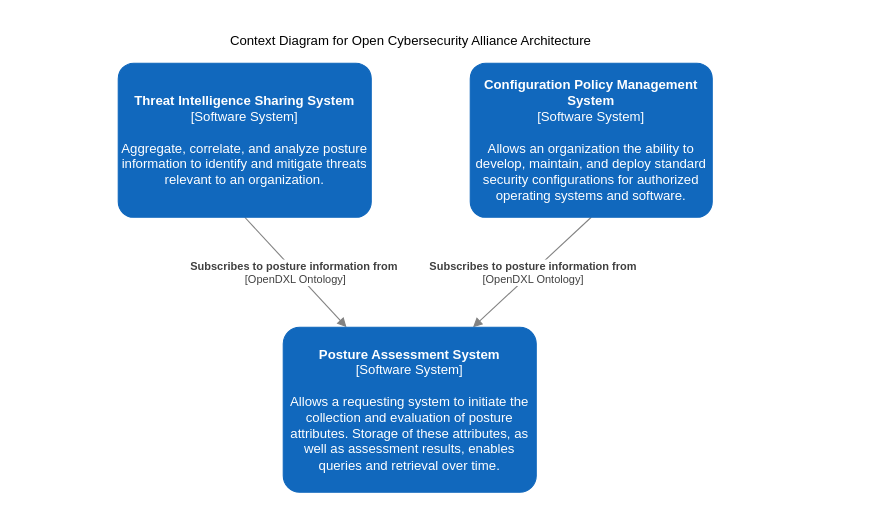
Earlier version of the draw.io diagram Architecture Documents/scap-context.drawio (opencybersecurityalliance/documentation). Source tidied: cells renumbered, new cells numbered last; positions are measured from the earlier drawing's top-left corner, leaving out a move shared by most shapes. Both pictures are drawn from the tidied source at 110%, with x=0, y=0 at pixel (118, 19).
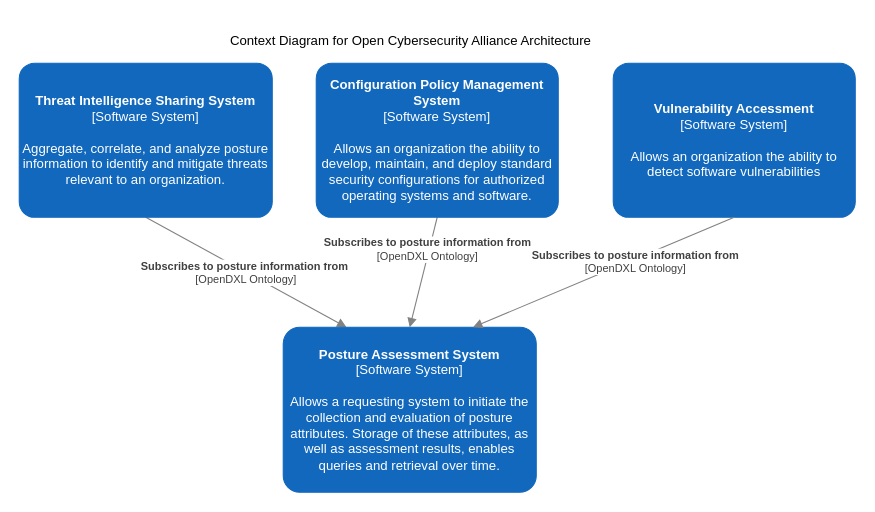
Above is the later version.

Diff of the diagram source:
```diff
@@
 <mxGraphModel>
   <root>
     <mxCell id="0" />
     <mxCell id="1" parent="0" />
     <mxCell id="2" value="&lt;span style=&quot;font-size: 10px&quot;&gt;&lt;b&gt;Subscribes to posture information from&amp;nbsp;&lt;br&gt;&lt;/b&gt;[OpenDXL Ontology]&lt;br&gt;&lt;/span&gt;" style="endArrow=block;html=1;fontSize=10;fontColor=#404040;strokeWidth=1;endFill=1;strokeColor=#828282;elbow=vertical;exitX=0.5;exitY=1;exitDx=0;exitDy=0;exitPerimeter=0;entryX=0.25;entryY=0;entryDx=0;entryDy=0;entryPerimeter=0;" parent="1" edge="1" source="5" target="6">
       <mxGeometry relative="1" as="geometry" />
     </mxCell>
-    <mxCell id="3" value="&lt;span style=&quot;font-size: 10px&quot;&gt;&lt;b&gt;Subscribes to posture information from&lt;br&gt;&lt;/b&gt;&lt;/span&gt;[OpenDXL Ontology]&lt;span style=&quot;font-size: 10px&quot;&gt;&lt;br&gt;&lt;/span&gt;" style="endArrow=block;html=1;fontSize=10;fontColor=#404040;strokeWidth=1;endFill=1;strokeColor=#828282;elbow=vertical;entryX=0.75;entryY=0;entryDx=0;entryDy=0;entryPerimeter=0;exitX=0.5;exitY=1;exitDx=0;exitDy=0;exitPerimeter=0;" parent="1" edge="1" source="7" target="6">
-      <mxGeometry relative="1" as="geometry" />
+    <mxCell id="3" value="&lt;span style=&quot;font-size: 10px&quot;&gt;&lt;b&gt;Subscribes to posture information from&lt;br&gt;&lt;/b&gt;&lt;/span&gt;[OpenDXL Ontology]&lt;span style=&quot;font-size: 10px&quot;&gt;&lt;br&gt;&lt;/span&gt;" style="endArrow=block;html=1;fontSize=10;fontColor=#404040;strokeWidth=1;endFill=1;strokeColor=#828282;elbow=vertical;entryX=0.5;entryY=0;entryDx=0;entryDy=0;entryPerimeter=0;exitX=0.5;exitY=1;exitDx=0;exitDy=0;exitPerimeter=0;" parent="1" edge="1" source="7" target="6">
+      <mxGeometry x="-0.39" y="-2" relative="1" as="geometry">
+        <mxPoint y="-1" as="offset" />
+      </mxGeometry>
     </mxCell>
     <mxCell id="4" value="Context &lt;span style=&quot;text-align: center&quot;&gt;Diagram for Open Cybersecurity Alliance Architecture&lt;/span&gt;" style="text;html=1;strokeColor=none;fillColor=none;align=left;verticalAlign=middle;whiteSpace=wrap;rounded=0;" parent="1" vertex="1">
       <mxGeometry x="100" width="360" height="40" as="geometry" />
     </mxCell>
     <object id="5" label="&lt;b&gt;%c4Name%&lt;/b&gt;&lt;div&gt;[%c4Type%]&lt;/div&gt;&lt;br&gt;&lt;div&gt;%c4Description%&lt;/div&gt;" c4Description="Aggregate, correlate, and analyze posture information to identify and mitigate threats relevant to an organization." c4Name="Threat Intelligence Sharing System" c4Type="Software System" placeholders="1">
       <mxCell style="rounded=1;whiteSpace=wrap;html=1;labelBackgroundColor=none;fillColor=#1168BD;fontColor=#ffffff;align=center;arcSize=10;strokeColor=#1168BD;metaData={&quot;c4Type&quot;:{&quot;editable&quot;:false}};points=[[0.25,0,0],[0.5,0,0],[0.75,0,0],[1,0.25,0],[1,0.5,0],[1,0.75,0],[0.75,1,0],[0.5,1,0],[0.25,1,0],[0,0.75,0],[0,0.5,0],[0,0.25,0]];" parent="1" vertex="1">
-        <mxGeometry y="40" width="230" height="140" as="geometry" />
+        <mxGeometry x="-90" y="40" width="230" height="140" as="geometry" />
       </mxCell>
     </object>
     <object id="6" label="&lt;b&gt;%c4Name%&lt;/b&gt;&lt;div&gt;[%c4Type%]&lt;/div&gt;&lt;br&gt;&lt;div&gt;%c4Description%&lt;/div&gt;" c4Description="Allows a requesting system to initiate the collection and evaluation of posture attributes. Storage of these attributes, as well as assessment results, enables queries and retrieval over time." c4Name="Posture Assessment System" c4Type="Software System" placeholders="1">
       <mxCell style="rounded=1;whiteSpace=wrap;html=1;labelBackgroundColor=none;fillColor=#1168BD;fontColor=#ffffff;align=center;arcSize=10;strokeColor=#1168BD;metaData={&quot;c4Type&quot;:{&quot;editable&quot;:false}};points=[[0.25,0,0],[0.5,0,0],[0.75,0,0],[1,0.25,0],[1,0.5,0],[1,0.75,0],[0.75,1,0],[0.5,1,0],[0.25,1,0],[0,0.75,0],[0,0.5,0],[0,0.25,0]];" parent="1" vertex="1">
         <mxGeometry x="150" y="280" width="230" height="150" as="geometry" />
       </mxCell>
     </object>
     <object id="7" label="&lt;b&gt;%c4Name%&lt;/b&gt;&lt;div&gt;[%c4Type%]&lt;/div&gt;&lt;br&gt;&lt;div&gt;%c4Description%&lt;/div&gt;" c4Description="Allows an organization the ability to develop, maintain, and deploy standard security configurations for authorized operating systems and software." c4Name="Configuration Policy Management System" c4Type="Software System" placeholders="1">
       <mxCell style="rounded=1;whiteSpace=wrap;html=1;labelBackgroundColor=none;fillColor=#1168BD;fontColor=#ffffff;align=center;arcSize=10;strokeColor=#1168BD;metaData={&quot;c4Type&quot;:{&quot;editable&quot;:false}};points=[[0.25,0,0],[0.5,0,0],[0.75,0,0],[1,0.25,0],[1,0.5,0],[1,0.75,0],[0.75,1,0],[0.5,1,0],[0.25,1,0],[0,0.75,0],[0,0.5,0],[0,0.25,0]];" parent="1" vertex="1">
-        <mxGeometry x="320" y="40" width="220" height="140" as="geometry" />
+        <mxGeometry x="180" y="40" width="220" height="140" as="geometry" />
       </mxCell>
     </object>
+    <object id="8" label="&lt;b&gt;%c4Name%&lt;/b&gt;&lt;div&gt;[%c4Type%]&lt;/div&gt;&lt;br&gt;&lt;div&gt;%c4Description%&lt;/div&gt;" c4Description="Allows an organization the ability to detect  software vulnerabilities" c4Name="Vulnerability Accessment" c4Type="Software System" placeholders="1">
+      <mxCell style="rounded=1;whiteSpace=wrap;html=1;labelBackgroundColor=none;fillColor=#1168BD;fontColor=#ffffff;align=center;arcSize=10;strokeColor=#1168BD;metaData={&quot;c4Type&quot;:{&quot;editable&quot;:false}};points=[[0.25,0,0],[0.5,0,0],[0.75,0,0],[1,0.25,0],[1,0.5,0],[1,0.75,0],[0.75,1,0],[0.5,1,0],[0.25,1,0],[0,0.75,0],[0,0.5,0],[0,0.25,0]];" parent="1" vertex="1">
+        <mxGeometry x="450" y="40" width="220" height="140" as="geometry" />
+      </mxCell>
+    </object>
+    <mxCell id="9" value="&lt;span style=&quot;font-size: 10px&quot;&gt;&lt;b&gt;Subscribes to posture information from&lt;br&gt;&lt;/b&gt;&lt;/span&gt;[OpenDXL Ontology]&lt;span style=&quot;font-size: 10px&quot;&gt;&lt;br&gt;&lt;/span&gt;" style="endArrow=block;html=1;fontSize=10;fontColor=#404040;strokeWidth=1;endFill=1;strokeColor=#828282;elbow=vertical;entryX=0.75;entryY=0;entryDx=0;entryDy=0;entryPerimeter=0;exitX=0.5;exitY=1;exitDx=0;exitDy=0;exitPerimeter=0;" parent="1" edge="1" source="8" target="6">
+      <mxGeometry x="-0.24" y="2" relative="1" as="geometry" />
+    </mxCell>
   </root>
 </mxGraphModel>
```
